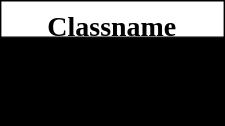
Before: diagrams/jca/Java-Cryptography.svg, a diagram exported from draw.io (luguosong/images). Source tidied: cells renumbered, new cells last; positions are measured from the earlier drawing's top-left corner, leaving out a move shared by most shapes. Source of this version:
```xml
<mxGraphModel background="#000000">
  <root>
    <mxCell id="0" />
    <mxCell id="1" parent="0" />
    <mxCell id="2" value="Classname" style="swimlane;fontStyle=1;align=center;verticalAlign=top;horizontal=1;startSize=26;whiteSpace=wrap;html=1;hachureGap=4;fontFamily=Architects Daughter;fontSource=https%3A%2F%2Ffonts.googleapis.com%2Fcss%3Ffamily%3DArchitects%2BDaughter;fontSize=20;" parent="1" vertex="1">
      <mxGeometry width="160" height="86" as="geometry" />
    </mxCell>
    <mxCell id="3" value="+ field: type" style="text;strokeColor=none;fillColor=none;align=left;verticalAlign=top;spacingLeft=4;spacingRight=4;overflow=hidden;whiteSpace=wrap;html=1;fontSize=20;fontFamily=Architects Daughter;" parent="2" vertex="1">
      <mxGeometry y="26" width="160" height="26" as="geometry" />
    </mxCell>
    <mxCell id="4" style="line;strokeWidth=1;fillColor=none;align=left;verticalAlign=middle;spacingTop=-1;spacingLeft=3;spacingRight=3;labelPosition=right;strokeColor=inherit;hachureGap=4;fontFamily=Architects Daughter;fontSource=https%3A%2F%2Ffonts.googleapis.com%2Fcss%3Ffamily%3DArchitects%2BDaughter;fontSize=20;" parent="2" vertex="1">
      <mxGeometry y="52" width="160" height="8" as="geometry" />
    </mxCell>
    <mxCell id="5" value="+ method(type): type" style="text;strokeColor=none;fillColor=none;align=left;verticalAlign=top;spacingLeft=4;spacingRight=4;overflow=hidden;whiteSpace=wrap;html=1;fontSize=20;fontFamily=Architects Daughter;" parent="2" vertex="1">
      <mxGeometry y="60" width="160" height="26" as="geometry" />
    </mxCell>
  </root>
</mxGraphModel>
```
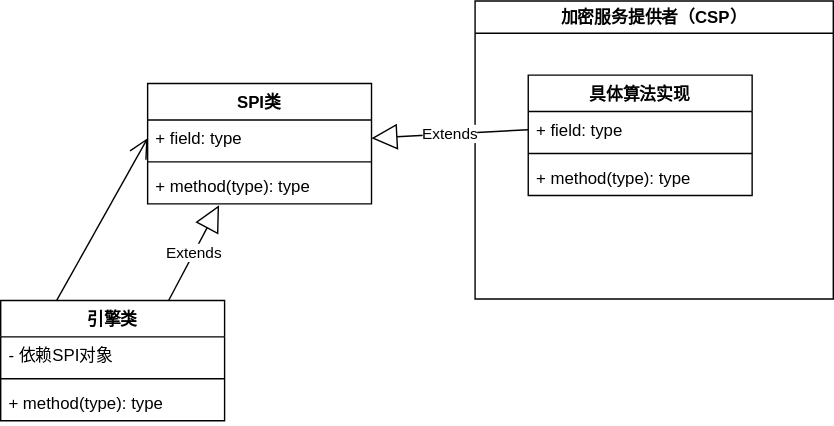
Later version of the same file.

Diff of the diagram source:
```diff
@@ -1,18 +1,54 @@
-<mxGraphModel background="#000000">
+<mxGraphModel>
   <root>
     <mxCell id="0" />
     <mxCell id="1" parent="0" />
-    <mxCell id="2" value="Classname" style="swimlane;fontStyle=1;align=center;verticalAlign=top;horizontal=1;startSize=26;whiteSpace=wrap;html=1;hachureGap=4;fontFamily=Architects Daughter;fontSource=https%3A%2F%2Ffonts.googleapis.com%2Fcss%3Ffamily%3DArchitects%2BDaughter;fontSize=20;" parent="1" vertex="1">
-      <mxGeometry width="160" height="86" as="geometry" />
-    </mxCell>
-    <mxCell id="3" value="+ field: type" style="text;strokeColor=none;fillColor=none;align=left;verticalAlign=top;spacingLeft=4;spacingRight=4;overflow=hidden;whiteSpace=wrap;html=1;fontSize=20;fontFamily=Architects Daughter;" parent="2" vertex="1">
-      <mxGeometry y="26" width="160" height="26" as="geometry" />
-    </mxCell>
-    <mxCell id="4" style="line;strokeWidth=1;fillColor=none;align=left;verticalAlign=middle;spacingTop=-1;spacingLeft=3;spacingRight=3;labelPosition=right;strokeColor=inherit;hachureGap=4;fontFamily=Architects Daughter;fontSource=https%3A%2F%2Ffonts.googleapis.com%2Fcss%3Ffamily%3DArchitects%2BDaughter;fontSize=20;" parent="2" vertex="1">
-      <mxGeometry y="52" width="160" height="8" as="geometry" />
-    </mxCell>
-    <mxCell id="5" value="+ method(type): type" style="text;strokeColor=none;fillColor=none;align=left;verticalAlign=top;spacingLeft=4;spacingRight=4;overflow=hidden;whiteSpace=wrap;html=1;fontSize=20;fontFamily=Architects Daughter;" parent="2" vertex="1">
-      <mxGeometry y="60" width="160" height="26" as="geometry" />
-    </mxCell>
+    <mxCell id="6" value="引擎类" style="swimlane;fontStyle=1;align=center;verticalAlign=top;horizontal=1;startSize=26;whiteSpace=wrap;html=1;" parent="1" vertex="1">
+      <mxGeometry x="-17" y="1" width="160" height="86" as="geometry" />
+    </mxCell>
+    <mxCell id="7" value="- 依赖SPI对象" style="text;strokeColor=none;fillColor=none;align=left;verticalAlign=top;spacingLeft=4;spacingRight=4;overflow=hidden;whiteSpace=wrap;html=1;" parent="6" vertex="1">
+      <mxGeometry y="26" width="160" height="26" as="geometry" />
+    </mxCell>
+    <mxCell id="8" style="line;strokeWidth=1;fillColor=none;align=left;verticalAlign=middle;spacingTop=-1;spacingLeft=3;spacingRight=3;labelPosition=right;strokeColor=inherit;" parent="6" vertex="1">
+      <mxGeometry y="52" width="160" height="8" as="geometry" />
+    </mxCell>
+    <mxCell id="9" value="+ method(type): type" style="text;strokeColor=none;fillColor=none;align=left;verticalAlign=top;spacingLeft=4;spacingRight=4;overflow=hidden;whiteSpace=wrap;html=1;" parent="6" vertex="1">
+      <mxGeometry y="60" width="160" height="26" as="geometry" />
+    </mxCell>
+    <mxCell id="10" value="SPI类" style="swimlane;fontStyle=1;align=center;verticalAlign=top;horizontal=1;startSize=26;whiteSpace=wrap;html=1;" parent="1" vertex="1">
+      <mxGeometry x="88" y="-154" width="160" height="86" as="geometry" />
+    </mxCell>
+    <mxCell id="11" value="+ field: type" style="text;strokeColor=none;fillColor=none;align=left;verticalAlign=top;spacingLeft=4;spacingRight=4;overflow=hidden;points=[[0,0.5],[1,0.5]];portConstraint=eastwest;whiteSpace=wrap;html=1;" parent="10" vertex="1">
+      <mxGeometry y="26" width="160" height="26" as="geometry" />
+    </mxCell>
+    <mxCell id="12" style="line;strokeWidth=1;fillColor=none;align=left;verticalAlign=middle;spacingTop=-1;spacingLeft=3;spacingRight=3;labelPosition=right;strokeColor=inherit;" parent="10" vertex="1">
+      <mxGeometry y="52" width="160" height="8" as="geometry" />
+    </mxCell>
+    <mxCell id="13" value="+ method(type): type" style="text;strokeColor=none;fillColor=none;align=left;verticalAlign=top;spacingLeft=4;spacingRight=4;overflow=hidden;points=[[0,0.5],[1,0.5]];portConstraint=eastwest;whiteSpace=wrap;html=1;" parent="10" vertex="1">
+      <mxGeometry y="60" width="160" height="26" as="geometry" />
+    </mxCell>
+    <mxCell id="14" value="Extends" style="endArrow=block;endSize=16;endFill=0;html=1;rounded=0;exitX=0.75;exitY=0;exitDx=0;exitDy=0;entryX=0.319;entryY=1.038;entryDx=0;entryDy=0;entryPerimeter=0;" parent="1" edge="1" source="6" target="13">
+      <mxGeometry relative="1" as="geometry" />
+    </mxCell>
+    <mxCell id="15" value="加密服务提供者（CSP）" style="swimlane;whiteSpace=wrap;html=1;" parent="1" vertex="1">
+      <mxGeometry x="322" y="-213" width="256" height="213" as="geometry" />
+    </mxCell>
+    <mxCell id="16" value="具体算法实现" style="swimlane;fontStyle=1;align=center;verticalAlign=top;horizontal=1;startSize=26;whiteSpace=wrap;html=1;" parent="15" vertex="1">
+      <mxGeometry x="38" y="53" width="160" height="86" as="geometry" />
+    </mxCell>
+    <mxCell id="17" value="+ field: type" style="text;strokeColor=none;fillColor=none;align=left;verticalAlign=top;spacingLeft=4;spacingRight=4;overflow=hidden;points=[[0,0.5],[1,0.5]];portConstraint=eastwest;whiteSpace=wrap;html=1;" parent="16" vertex="1">
+      <mxGeometry y="26" width="160" height="26" as="geometry" />
+    </mxCell>
+    <mxCell id="18" style="line;strokeWidth=1;fillColor=none;align=left;verticalAlign=middle;spacingTop=-1;spacingLeft=3;spacingRight=3;labelPosition=right;strokeColor=inherit;" parent="16" vertex="1">
+      <mxGeometry y="52" width="160" height="8" as="geometry" />
+    </mxCell>
+    <mxCell id="19" value="+ method(type): type" style="text;strokeColor=none;fillColor=none;align=left;verticalAlign=top;spacingLeft=4;spacingRight=4;overflow=hidden;whiteSpace=wrap;html=1;" parent="16" vertex="1">
+      <mxGeometry y="60" width="160" height="26" as="geometry" />
+    </mxCell>
+    <mxCell id="20" style="endArrow=open;endFill=1;endSize=12;html=1;rounded=0;exitX=0.25;exitY=0;exitDx=0;exitDy=0;entryX=0;entryY=0.5;entryDx=0;entryDy=0;" parent="1" edge="1" source="6" target="11">
+      <mxGeometry relative="1" as="geometry" />
+    </mxCell>
+    <mxCell id="21" value="Extends" style="endArrow=block;endSize=16;endFill=0;html=1;rounded=0;exitX=0;exitY=0.5;exitDx=0;exitDy=0;entryX=1;entryY=0.5;entryDx=0;entryDy=0;" parent="1" edge="1" source="17" target="11">
+      <mxGeometry relative="1" as="geometry" />
+    </mxCell>
   </root>
 </mxGraphModel>
```
